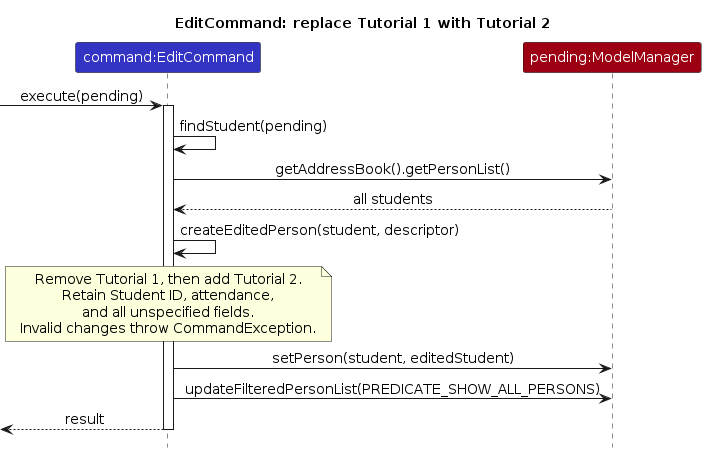
This is diagrams/EditLabelSequenceDiagram.png from AY2627S1-CS2103T-F12-1/tp, a PlantUML export, as it was before one commit. Its source is kept beside it as diagrams/EditLabelSequenceDiagram.puml.
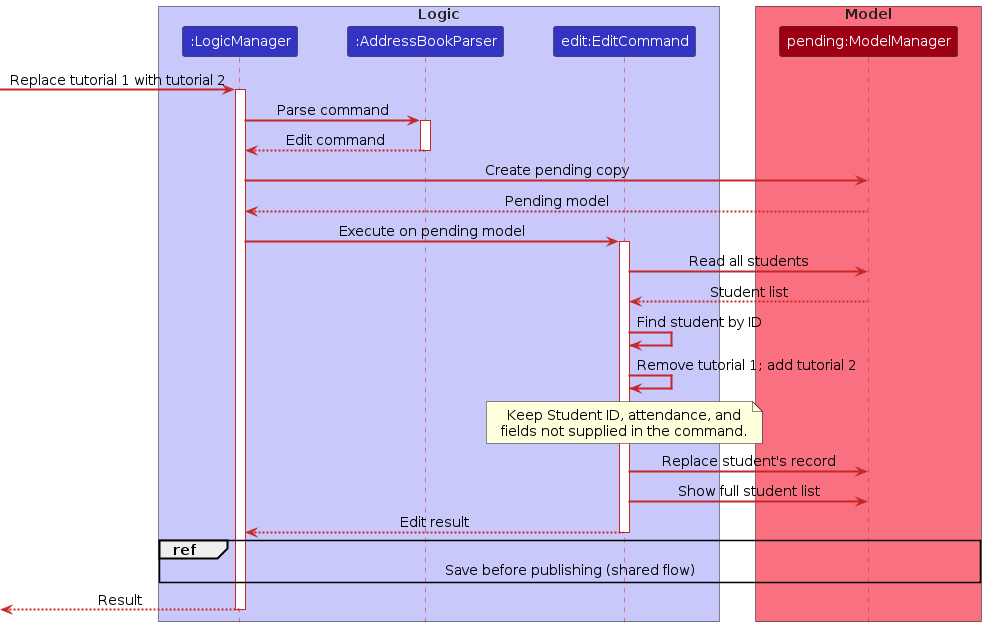
The same file after the commit.

Change to the diagram source:
```diff
@@ -1,24 +1,40 @@
 @startuml
 !include style.puml
 skinparam ArrowFontStyle plain
-
-title EditCommand: replace Tutorial 1 with Tutorial 2
-participant "command:EditCommand" as Command LOGIC_COLOR
-participant "pending:ModelManager" as Model MODEL_COLOR
-[-> Command : execute(pending)
+skinparam ArrowColor #C62828
+skinparam SequenceLifeLineBorderColor #C62828
+skinparam ArrowThickness 2title Edit a student's group labels
+box "Logic" #C8C8FA
+participant ":LogicManager" as Logic LOGIC_COLOR
+participant ":AddressBookParser" as Parser LOGIC_COLOR
+participant "edit:EditCommand" as Command LOGIC_COLOR
+end box
+box "Model" #F97181
+participant "pending:ModelManager" as Pending MODEL_COLOR
+end box
+[-> Logic : Replace tutorial 1 with tutorial 2
+activate Logic
+Logic -> Parser : Parse command
+activate Parser
+Parser --> Logic : Edit command
+deactivate Parser
+Logic -> Pending : Create pending copy
+Pending --> Logic : Pending model
+Logic -> Command : Execute on pending model
 activate Command
-Command -> Command : findStudent(pending)
-Command -> Model : getAddressBook().getPersonList()
-Model --> Command : all students
-Command -> Command : createEditedPerson(student, descriptor)
+Command -> Pending : Read all students
+Pending --> Command : Student list
+Command -> Command : Find student by ID
+Command -> Command : Remove tutorial 1; add tutorial 2
 note over Command
-Remove Tutorial 1, then add Tutorial 2.
-Retain Student ID, attendance,
-and all unspecified fields.
-Invalid changes throw CommandException.
+Keep Student ID, attendance, and
+fields not supplied in the command.
 end note
-Command -> Model : setPerson(student, editedStudent)
-Command -> Model : updateFilteredPersonList(PREDICATE_SHOW_ALL_PERSONS)
-[<-- Command : result
+Command -> Pending : Replace student's record
+Command -> Pending : Show full student list
+Command --> Logic : Edit result
 deactivate Command
+ref over Logic, Pending : Save before publishing (shared flow)
+[<-- Logic : Result
+deactivate Logic
 @enduml
```
